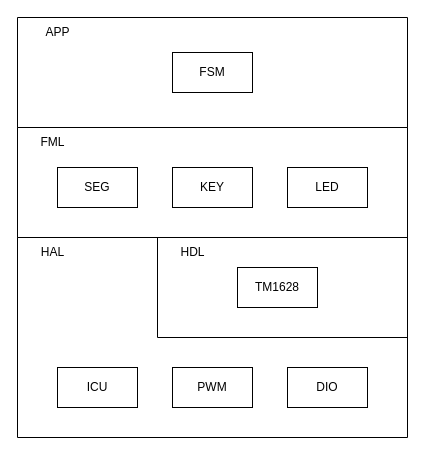
Above: Document/软件架构图.drawio in YukimuraChieri/SN8F5703-Frequency-Meter (draw.io), before the change. Source tidied: cells renumbered, new cells numbered last; positions are measured from the earlier drawing's top-left corner, leaving out a move shared by most shapes. Both pictures are drawn from the tidied source at 100%, with x=0, y=0 at pixel (17, 17).
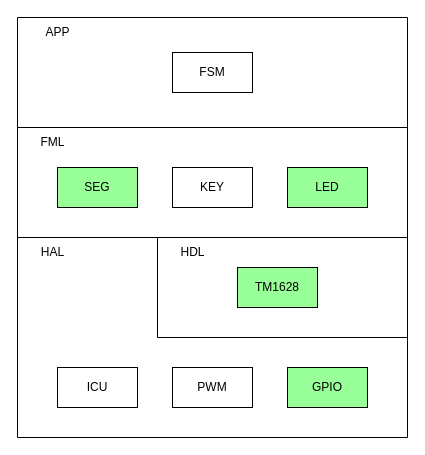
The same diagram, later.

Change to the diagram source:
```diff
@@
 <mxGraphModel>
   <root>
     <mxCell id="0" />
     <mxCell id="1" parent="0" />
     <mxCell id="2" style="swimlane;startSize=0;fillColor=#66B2FF;" parent="1" vertex="1">
       <mxGeometry y="220" width="390" height="200" as="geometry" />
     </mxCell>
     <mxCell id="3" style="swimlane;startSize=0;" parent="2" vertex="1">
       <mxGeometry x="140" width="250" height="100" as="geometry" />
     </mxCell>
     <mxCell id="4" value="HDL" style="text;html=1;align=center;verticalAlign=middle;strokeColor=none;fillColor=none;" parent="3" vertex="1">
       <mxGeometry x="10" width="50" height="30" as="geometry" />
     </mxCell>
-    <mxCell id="5" value="TM1628" style="rounded=0;whiteSpace=wrap;html=1;" parent="3" vertex="1">
+    <mxCell id="5" value="TM1628" style="rounded=0;whiteSpace=wrap;html=1;fillColor=#99FF99;" parent="3" vertex="1">
       <mxGeometry x="80" y="30" width="80" height="40" as="geometry" />
     </mxCell>
     <mxCell id="6" value="HAL" style="text;html=1;align=center;verticalAlign=middle;strokeColor=none;fillColor=none;" parent="2" vertex="1">
       <mxGeometry x="10" width="50" height="30" as="geometry" />
     </mxCell>
-    <mxCell id="7" value="DIO" style="rounded=0;whiteSpace=wrap;html=1;" parent="2" vertex="1">
+    <mxCell id="7" value="GPIO" style="rounded=0;whiteSpace=wrap;html=1;fillColor=#99FF99;" parent="2" vertex="1">
       <mxGeometry x="270" y="130" width="80" height="40" as="geometry" />
     </mxCell>
     <mxCell id="8" value="PWM" style="rounded=0;whiteSpace=wrap;html=1;" parent="2" vertex="1">
       <mxGeometry x="155" y="130" width="80" height="40" as="geometry" />
     </mxCell>
     <mxCell id="9" value="ICU" style="rounded=0;whiteSpace=wrap;html=1;" parent="2" vertex="1">
       <mxGeometry x="40" y="130" width="80" height="40" as="geometry" />
     </mxCell>
     <mxCell id="10" style="swimlane;startSize=0;" parent="1" vertex="1">
       <mxGeometry y="110" width="390" height="110" as="geometry" />
     </mxCell>
     <mxCell id="11" value="FML" style="text;html=1;align=center;verticalAlign=middle;strokeColor=none;fillColor=none;" parent="10" vertex="1">
       <mxGeometry x="10" width="50" height="30" as="geometry" />
     </mxCell>
-    <mxCell id="12" value="SEG" style="rounded=0;whiteSpace=wrap;html=1;" parent="10" vertex="1">
+    <mxCell id="12" value="SEG" style="rounded=0;whiteSpace=wrap;html=1;fillColor=#99FF99;" parent="10" vertex="1">
       <mxGeometry x="40" y="40" width="80" height="40" as="geometry" />
     </mxCell>
     <mxCell id="13" value="KEY" style="rounded=0;whiteSpace=wrap;html=1;" parent="10" vertex="1">
       <mxGeometry x="155" y="40" width="80" height="40" as="geometry" />
     </mxCell>
-    <mxCell id="14" value="LED" style="rounded=0;whiteSpace=wrap;html=1;" parent="10" vertex="1">
+    <mxCell id="14" value="LED" style="rounded=0;whiteSpace=wrap;html=1;fillColor=#99FF99;" parent="10" vertex="1">
       <mxGeometry x="270" y="40" width="80" height="40" as="geometry" />
     </mxCell>
     <mxCell id="15" style="swimlane;startSize=0;" parent="1" vertex="1">
       <mxGeometry width="390" height="110" as="geometry" />
     </mxCell>
     <mxCell id="16" value="APP" style="text;html=1;align=center;verticalAlign=middle;strokeColor=none;fillColor=none;" parent="15" vertex="1">
       <mxGeometry x="15" width="50" height="30" as="geometry" />
     </mxCell>
     <mxCell id="17" value="FSM" style="rounded=0;whiteSpace=wrap;html=1;" parent="15" vertex="1">
       <mxGeometry x="155" y="35" width="80" height="40" as="geometry" />
     </mxCell>
   </root>
 </mxGraphModel>
```
